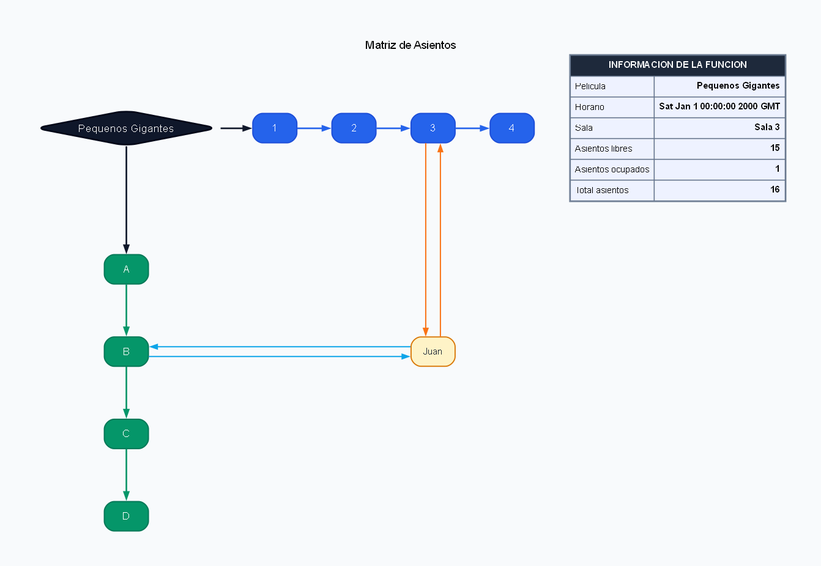
The Graphviz diagram EDD_Fase1/ProyectoF1/reportes/MatrizFuncion.png in MynorCanel/EDD_2S2026_PY_202307548, before a commit. Its source is kept beside it as EDD_Fase1/ProyectoF1/reportes/MatrizFuncion.dot.
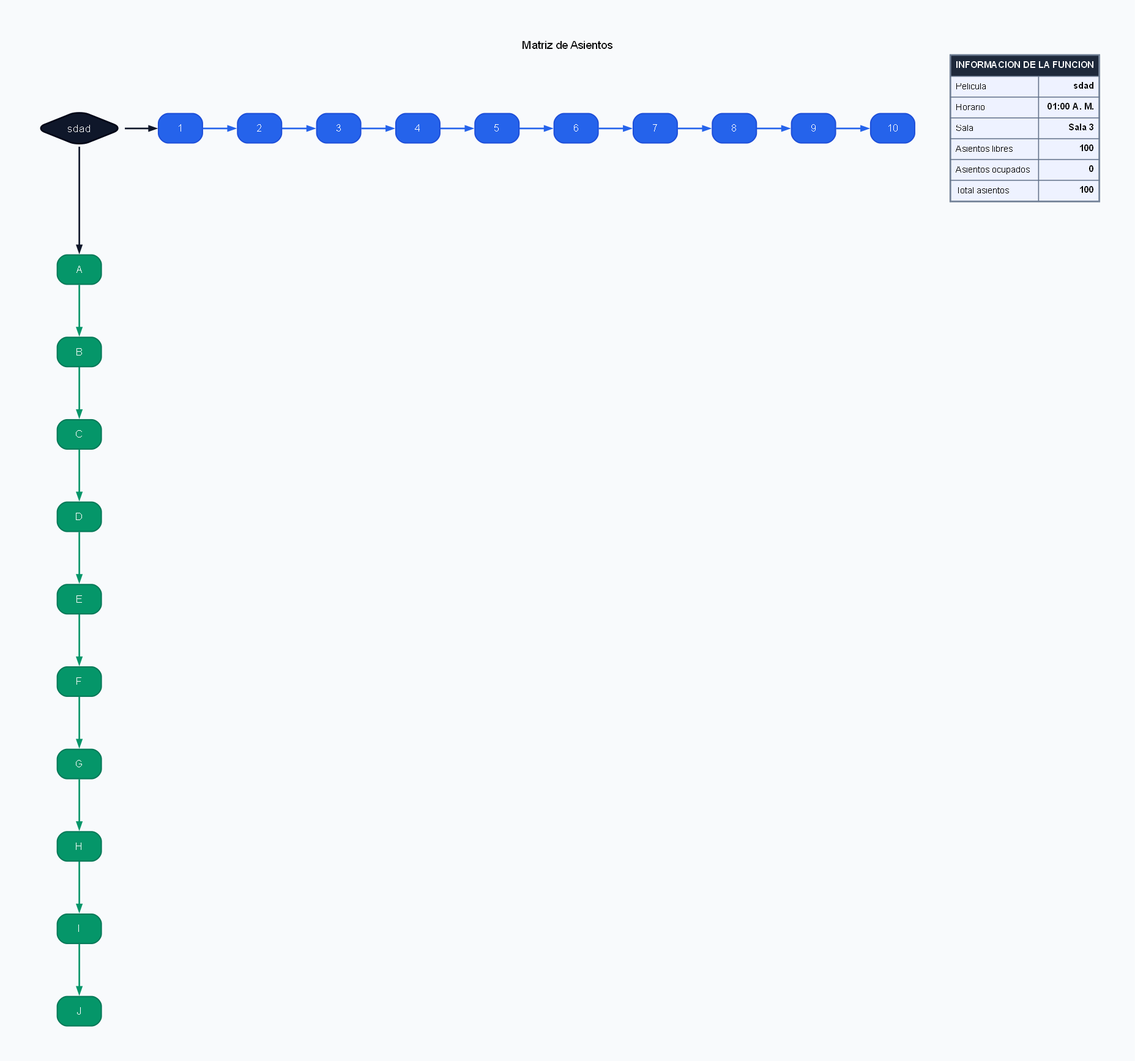
After the change.

What changed in the source:
```diff
@@ -10,33 +10,58 @@
 fontname="Arial";
 node [shape=box, style="rounded,filled", fontname="Arial", fontsize=11, color="#1f2937"];
 edge [color="#94a3b8", arrowsize=0.8, penwidth=1.2];
-Raiz [shape=diamond, label="Pequenos Gigantes", width=1.5, height=0.6, style="rounded,filled", fillcolor="#0f172a", fontcolor=white, fontsize=13, group=0, color="#020617", penwidth=2];
-{ rank=same; Raiz; Col1; Col2; Col3; Col4; }
+Raiz [shape=diamond, label="sdad", width=1.5, height=0.6, style="rounded,filled", fillcolor="#0f172a", fontcolor=white, fontsize=13, group=0, color="#020617", penwidth=2];
+{ rank=same; Raiz; Col1; Col2; Col3; Col4; Col5; Col6; Col7; Col8; Col9; Col10; }
 Col1 [label="1", style="rounded,filled", fillcolor="#2563eb", fontcolor=white, fontsize=12, group=1, color="#1d4ed8", penwidth=1.5];
 Col2 [label="2", style="rounded,filled", fillcolor="#2563eb", fontcolor=white, fontsize=12, group=2, color="#1d4ed8", penwidth=1.5];
 Col3 [label="3", style="rounded,filled", fillcolor="#2563eb", fontcolor=white, fontsize=12, group=3, color="#1d4ed8", penwidth=1.5];
 Col4 [label="4", style="rounded,filled", fillcolor="#2563eb", fontcolor=white, fontsize=12, group=4, color="#1d4ed8", penwidth=1.5];
+Col5 [label="5", style="rounded,filled", fillcolor="#2563eb", fontcolor=white, fontsize=12, group=5, color="#1d4ed8", penwidth=1.5];
+Col6 [label="6", style="rounded,filled", fillcolor="#2563eb", fontcolor=white, fontsize=12, group=6, color="#1d4ed8", penwidth=1.5];
+Col7 [label="7", style="rounded,filled", fillcolor="#2563eb", fontcolor=white, fontsize=12, group=7, color="#1d4ed8", penwidth=1.5];
+Col8 [label="8", style="rounded,filled", fillcolor="#2563eb", fontcolor=white, fontsize=12, group=8, color="#1d4ed8", penwidth=1.5];
+Col9 [label="9", style="rounded,filled", fillcolor="#2563eb", fontcolor=white, fontsize=12, group=9, color="#1d4ed8", penwidth=1.5];
+Col10 [label="10", style="rounded,filled", fillcolor="#2563eb", fontcolor=white, fontsize=12, group=10, color="#1d4ed8", penwidth=1.5];
 FilaA [label="A", style="rounded,filled", fillcolor="#059669", fontcolor=white, fontsize=12, group=0, color="#047857", penwidth=1.5];
 FilaB [label="B", style="rounded,filled", fillcolor="#059669", fontcolor=white, fontsize=12, group=0, color="#047857", penwidth=1.5];
 FilaC [label="C", style="rounded,filled", fillcolor="#059669", fontcolor=white, fontsize=12, group=0, color="#047857", penwidth=1.5];
 FilaD [label="D", style="rounded,filled", fillcolor="#059669", fontcolor=white, fontsize=12, group=0, color="#047857", penwidth=1.5];
+FilaE [label="E", style="rounded,filled", fillcolor="#059669", fontcolor=white, fontsize=12, group=0, color="#047857", penwidth=1.5];
+FilaF [label="F", style="rounded,filled", fillcolor="#059669", fontcolor=white, fontsize=12, group=0, color="#047857", penwidth=1.5];
+FilaG [label="G", style="rounded,filled", fillcolor="#059669", fontcolor=white, fontsize=12, group=0, color="#047857", penwidth=1.5];
+FilaH [label="H", style="rounded,filled", fillcolor="#059669", fontcolor=white, fontsize=12, group=0, color="#047857", penwidth=1.5];
+FilaI [label="I", style="rounded,filled", fillcolor="#059669", fontcolor=white, fontsize=12, group=0, color="#047857", penwidth=1.5];
+FilaJ [label="J", style="rounded,filled", fillcolor="#059669", fontcolor=white, fontsize=12, group=0, color="#047857", penwidth=1.5];
 { rank=same; FilaA; }
-{ rank=same; FilaB; NodoB3 [label="Juan", style="rounded,filled", fillcolor="#fef3c7", fontcolor="#1f2937", group=3, color="#d97706", penwidth=1.4];
-NodoB3; }
+{ rank=same; FilaB; }
 { rank=same; FilaC; }
 { rank=same; FilaD; }
+{ rank=same; FilaE; }
+{ rank=same; FilaF; }
+{ rank=same; FilaG; }
+{ rank=same; FilaH; }
+{ rank=same; FilaI; }
+{ rank=same; FilaJ; }
 Raiz -> FilaA [color="#0f172a", penwidth=2, arrowhead=normal];
 Raiz -> Col1 [color="#0f172a", penwidth=2, arrowhead=normal];
 Col1 -> Col2 [color="#2563eb", penwidth=2, arrowhead=normal];
 Col2 -> Col3 [color="#2563eb", penwidth=2, arrowhead=normal];
 Col3 -> Col4 [color="#2563eb", penwidth=2, arrowhead=normal];
+Col4 -> Col5 [color="#2563eb", penwidth=2, arrowhead=normal];
+Col5 -> Col6 [color="#2563eb", penwidth=2, arrowhead=normal];
+Col6 -> Col7 [color="#2563eb", penwidth=2, arrowhead=normal];
+Col7 -> Col8 [color="#2563eb", penwidth=2, arrowhead=normal];
+Col8 -> Col9 [color="#2563eb", penwidth=2, arrowhead=normal];
+Col9 -> Col10 [color="#2563eb", penwidth=2, arrowhead=normal];
 FilaA -> FilaB [color="#059669", penwidth=2, arrowhead=normal];
 FilaB -> FilaC [color="#059669", penwidth=2, arrowhead=normal];
 FilaC -> FilaD [color="#059669", penwidth=2, arrowhead=normal];
-FilaB -> NodoB3 [color="#0ea5e9", penwidth=1.5, arrowhead=normal];
-NodoB3 -> FilaB [color="#0ea5e9", penwidth=1.5, arrowhead=normal];
-Col3 -> NodoB3 [color="#f97316", penwidth=1.5, arrowhead=normal];
-NodoB3 -> Col3 [color="#f97316", penwidth=1.5, arrowhead=normal];
-Informacion [label=<<TABLE BORDER="1" CELLBORDER="1" CELLSPACING="0" CELLPADDING="5" COLOR="#64748b" BGCOLOR="#eef2ff"><TR><TD COLSPAN="2" BGCOLOR="#1e293b" ALIGN="CENTER"><FONT COLOR="white" FACE="Arial"><B>INFORMACION DE LA FUNCION</B></FONT></TD></TR><TR><TD ALIGN="LEFT"><FONT FACE="Arial">Pelicula</FONT></TD><TD ALIGN="RIGHT"><FONT FACE="Arial"><B>Pequenos Gigantes</B></FONT></TD></TR><TR><TD ALIGN="LEFT"><FONT FACE="Arial">Horario</FONT></TD><TD ALIGN="RIGHT"><FONT FACE="Arial"><B>Sat Jan 1 00:00:00 2000 GMT</B></FONT></TD></TR><TR><TD ALIGN="LEFT"><FONT FACE="Arial">Sala</FONT></TD><TD ALIGN="RIGHT"><FONT FACE="Arial"><B>Sala 3</B></FONT></TD></TR><TR><TD ALIGN="LEFT"><FONT FACE="Arial">Asientos libres</FONT></TD><TD ALIGN="RIGHT"><FONT FACE="Arial"><B>15</B></FONT></TD></TR><TR><TD ALIGN="LEFT"><FONT FACE="Arial">Asientos ocupados</FONT></TD><TD ALIGN="RIGHT"><FONT FACE="Arial"><B>1</B></FONT></TD></TR><TR><TD ALIGN="LEFT"><FONT FACE="Arial">Total asientos</FONT></TD><TD ALIGN="RIGHT"><FONT FACE="Arial"><B>16</B></FONT></TD></TR></TABLE>>, shape=plain];
+FilaD -> FilaE [color="#059669", penwidth=2, arrowhead=normal];
+FilaE -> FilaF [color="#059669", penwidth=2, arrowhead=normal];
+FilaF -> FilaG [color="#059669", penwidth=2, arrowhead=normal];
+FilaG -> FilaH [color="#059669", penwidth=2, arrowhead=normal];
+FilaH -> FilaI [color="#059669", penwidth=2, arrowhead=normal];
+FilaI -> FilaJ [color="#059669", penwidth=2, arrowhead=normal];
+Informacion [label=<<TABLE BORDER="1" CELLBORDER="1" CELLSPACING="0" CELLPADDING="5" COLOR="#64748b" BGCOLOR="#eef2ff"><TR><TD COLSPAN="2" BGCOLOR="#1e293b" ALIGN="CENTER"><FONT COLOR="white" FACE="Arial"><B>INFORMACION DE LA FUNCION</B></FONT></TD></TR><TR><TD ALIGN="LEFT"><FONT FACE="Arial">Pelicula</FONT></TD><TD ALIGN="RIGHT"><FONT FACE="Arial"><B>sdad</B></FONT></TD></TR><TR><TD ALIGN="LEFT"><FONT FACE="Arial">Horario</FONT></TD><TD ALIGN="RIGHT"><FONT FACE="Arial"><B>01:00 A. M.</B></FONT></TD></TR><TR><TD ALIGN="LEFT"><FONT FACE="Arial">Sala</FONT></TD><TD ALIGN="RIGHT"><FONT FACE="Arial"><B>Sala 3</B></FONT></TD></TR><TR><TD ALIGN="LEFT"><FONT FACE="Arial">Asientos libres</FONT></TD><TD ALIGN="RIGHT"><FONT FACE="Arial"><B>100</B></FONT></TD></TR><TR><TD ALIGN="LEFT"><FONT FACE="Arial">Asientos ocupados</FONT></TD><TD ALIGN="RIGHT"><FONT FACE="Arial"><B>0</B></FONT></TD></TR><TR><TD ALIGN="LEFT"><FONT FACE="Arial">Total asientos</FONT></TD><TD ALIGN="RIGHT"><FONT FACE="Arial"><B>100</B></FONT></TD></TR></TABLE>>, shape=plain];
 { rank=same; Raiz; Informacion; }
 }
```
